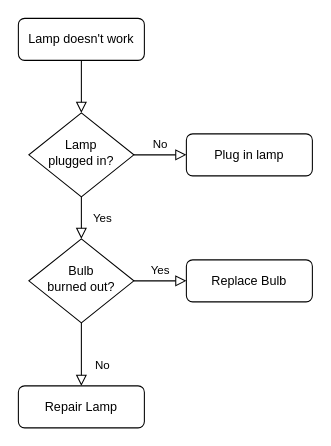
The draw.io diagram 未命名绘图.drawio in testPRGit/testPR, before the edit. Source tidied: cells renumbered, new cells numbered last; positions are measured from the earlier drawing's top-left corner, leaving out a move shared by most shapes. Both pictures are drawn from the tidied source at 105%, with x=0, y=0 at pixel (18, 18).
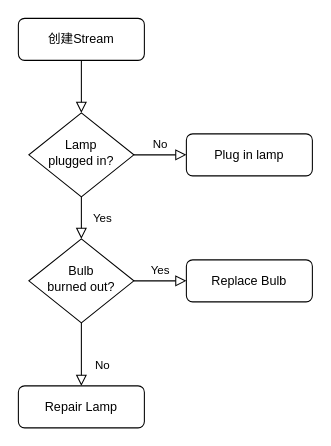
The same diagram, later.

Diff of the diagram source:
```diff
@@
 <mxGraphModel>
   <root>
     <mxCell id="0" />
     <mxCell id="1" parent="0" />
     <mxCell id="2" style="rounded=0;html=1;jettySize=auto;fontSize=11;endArrow=block;endFill=0;endSize=8;strokeWidth=1;shadow=0;labelBackgroundColor=none;edgeStyle=orthogonalEdgeStyle;" parent="1" edge="1" source="3" target="6">
-      <mxGeometry relative="1" as="geometry" />
+      <mxGeometry relative="1" as="geometry">
+        <Array as="points">
+          <mxPoint x="60" y="40" />
+        </Array>
+      </mxGeometry>
     </mxCell>
-    <mxCell id="3" value="Lamp doesn't work" style="rounded=1;whiteSpace=wrap;html=1;fontSize=12;glass=0;strokeWidth=1;shadow=0;" parent="1" vertex="1">
+    <mxCell id="3" value="创建Stream" style="rounded=1;whiteSpace=wrap;html=1;fontSize=12;glass=0;strokeWidth=1;shadow=0;" parent="1" vertex="1">
       <mxGeometry width="120" height="40" as="geometry" />
     </mxCell>
     <mxCell id="4" value="Yes" style="rounded=0;html=1;jettySize=auto;fontSize=11;endArrow=block;endFill=0;endSize=8;strokeWidth=1;shadow=0;labelBackgroundColor=none;edgeStyle=orthogonalEdgeStyle;" parent="1" edge="1" source="6" target="10">
       <mxGeometry y="20" relative="1" as="geometry" />
     </mxCell>
     <mxCell id="5" value="No" style="edgeStyle=orthogonalEdgeStyle;rounded=0;html=1;jettySize=auto;fontSize=11;endArrow=block;endFill=0;endSize=8;strokeWidth=1;shadow=0;labelBackgroundColor=none;" parent="1" edge="1" source="6" target="7">
       <mxGeometry y="10" relative="1" as="geometry" />
     </mxCell>
     <mxCell id="6" value="Lamp&lt;br&gt;plugged in?" style="rhombus;whiteSpace=wrap;html=1;shadow=0;fontFamily=Helvetica;fontSize=12;align=center;strokeWidth=1;spacing=6;spacingTop=-4;" parent="1" vertex="1">
       <mxGeometry x="10" y="90" width="100" height="80" as="geometry" />
     </mxCell>
     <mxCell id="7" value="Plug in lamp" style="rounded=1;whiteSpace=wrap;html=1;fontSize=12;glass=0;strokeWidth=1;shadow=0;" parent="1" vertex="1">
       <mxGeometry x="160" y="110" width="120" height="40" as="geometry" />
     </mxCell>
     <mxCell id="8" value="No" style="rounded=0;html=1;jettySize=auto;fontSize=11;endArrow=block;endFill=0;endSize=8;strokeWidth=1;shadow=0;labelBackgroundColor=none;edgeStyle=orthogonalEdgeStyle;" parent="1" edge="1" source="10" target="11">
       <mxGeometry x="0.33" y="20" relative="1" as="geometry" />
     </mxCell>
     <mxCell id="9" value="Yes" style="edgeStyle=orthogonalEdgeStyle;rounded=0;html=1;jettySize=auto;fontSize=11;endArrow=block;endFill=0;endSize=8;strokeWidth=1;shadow=0;labelBackgroundColor=none;" parent="1" edge="1" source="10" target="12">
       <mxGeometry y="10" relative="1" as="geometry" />
     </mxCell>
     <mxCell id="10" value="Bulb&lt;br&gt;burned out?" style="rhombus;whiteSpace=wrap;html=1;shadow=0;fontFamily=Helvetica;fontSize=12;align=center;strokeWidth=1;spacing=6;spacingTop=-4;" parent="1" vertex="1">
       <mxGeometry x="10" y="210" width="100" height="80" as="geometry" />
     </mxCell>
     <mxCell id="11" value="Repair Lamp" style="rounded=1;whiteSpace=wrap;html=1;fontSize=12;glass=0;strokeWidth=1;shadow=0;" parent="1" vertex="1">
       <mxGeometry y="350" width="120" height="40" as="geometry" />
     </mxCell>
     <mxCell id="12" value="Replace Bulb" style="rounded=1;whiteSpace=wrap;html=1;fontSize=12;glass=0;strokeWidth=1;shadow=0;" parent="1" vertex="1">
       <mxGeometry x="160" y="230" width="120" height="40" as="geometry" />
     </mxCell>
   </root>
 </mxGraphModel>
```
